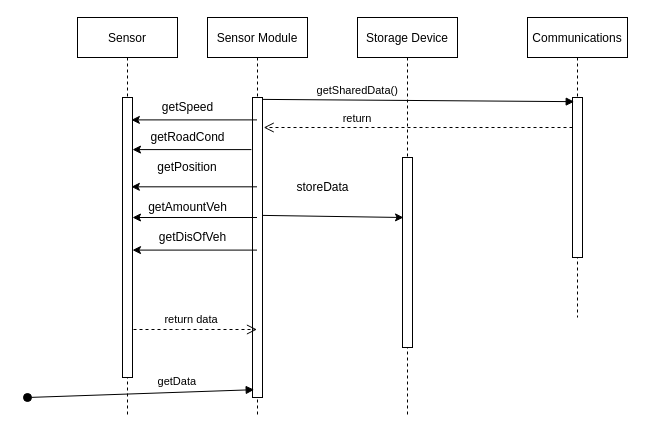
The draw.io diagram CEC 320/dataCollection.drawio in lordn54/Assignments-Projects, before the edit. Source tidied: cells renumbered, new cells numbered last; positions are measured from the earlier drawing's top-left corner, leaving out a move shared by most shapes. Both pictures are drawn from the tidied source at 100%, with x=0, y=0 at pixel (27, 17).
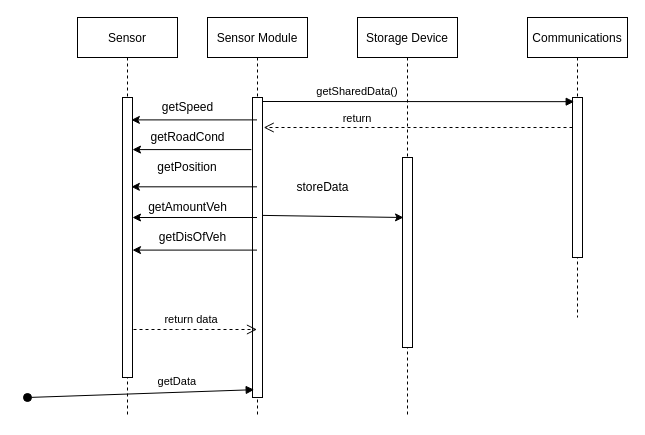
The same diagram, later.

Unchanged cells that the change refers to:
```xml
<mxCell id="6" style="points=[];perimeter=orthogonalPerimeter;rounded=0;shadow=0;strokeWidth=1;" parent="5" vertex="1">
  <mxGeometry x="45" y="80" width="10" height="160" as="geometry" />
</mxCell>
```

Diff of the diagram source:
```diff
@@
-    <mxCell id="8" value="getSharedData()" style="verticalAlign=bottom;endArrow=block;entryX=0.171;entryY=0.026;shadow=0;strokeWidth=1;exitX=0.914;exitY=0.027;exitDx=0;exitDy=0;exitPerimeter=0;entryDx=0;entryDy=0;entryPerimeter=0;" parent="1" edge="1" target="6">
+    <mxCell id="8" value="getSharedData()" style="verticalAlign=bottom;endArrow=block;entryX=0.171;entryY=0.026;shadow=0;strokeWidth=1;entryDx=0;entryDy=0;entryPerimeter=0;" parent="1" edge="1" target="6">
       <mxGeometry x="-0.39" y="1" relative="1" as="geometry">
-        <mxPoint x="235.2" y="81.9" as="sourcePoint" />
+        <mxPoint x="235" y="84" as="sourcePoint" />
       </mxGeometry>
     </mxCell>
```
